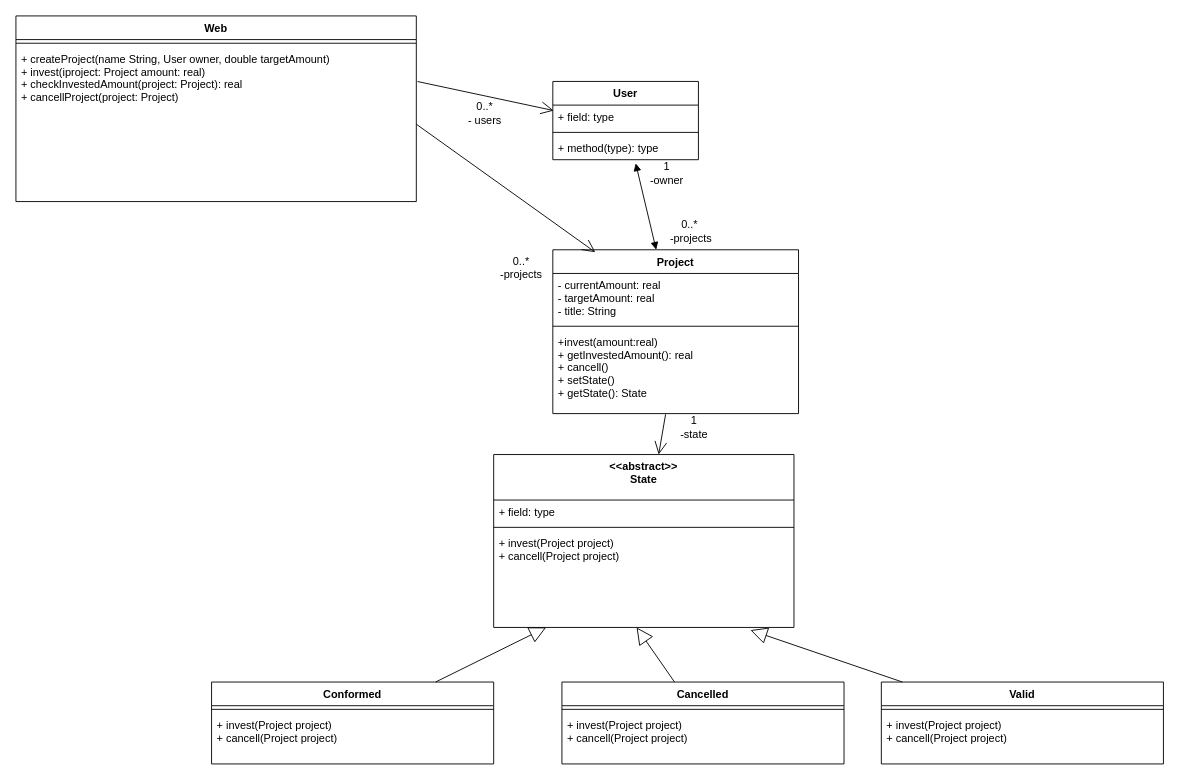
This is Prácticas/UML's/practica7_3.drawio from ssofiaavila/OO2--Informatica-UNLP, a draw.io file, before an edit. Source tidied: cells renumbered, new cells numbered last; positions are measured from the earlier drawing's top-left corner, leaving out a move shared by most shapes. Both pictures are drawn from the tidied source at 91%, with x=0, y=0 at pixel (15, 15).
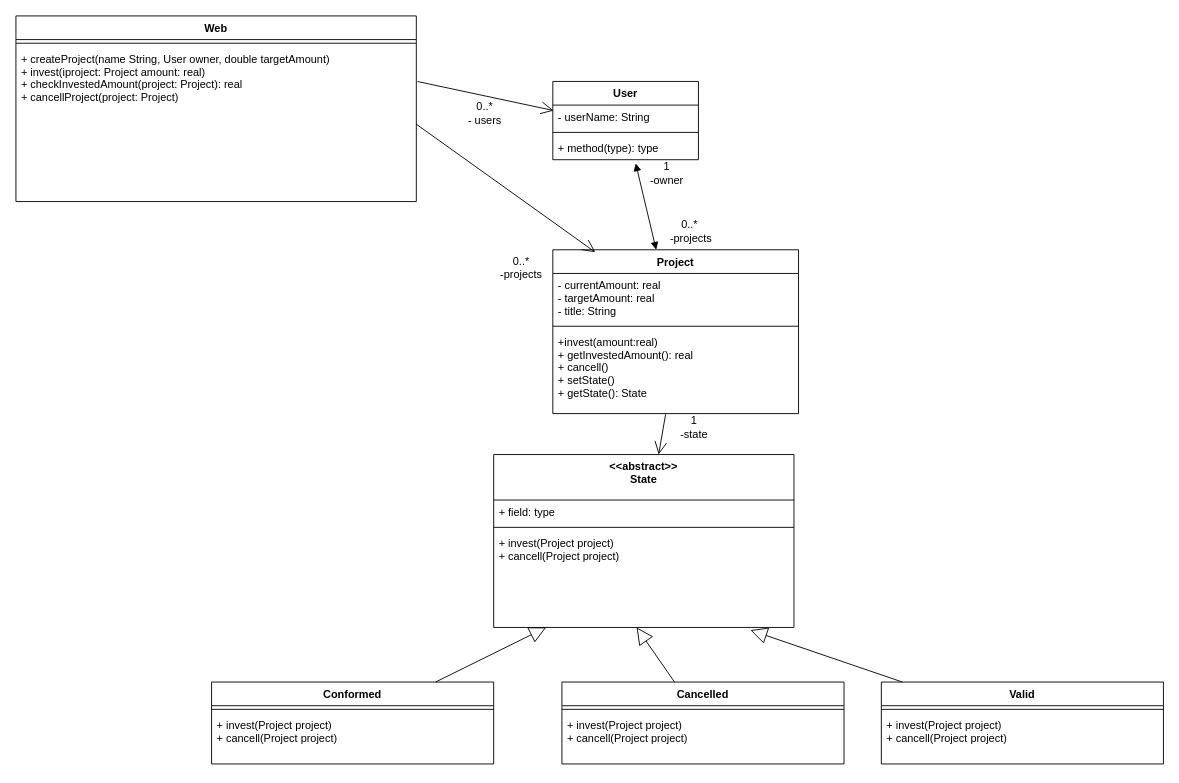
The same page after the edit.

The change refers to these unchanged cells:
```xml
<mxCell id="5" value="User" style="swimlane;fontStyle=1;align=center;verticalAlign=top;horizontal=1;startSize=26;" parent="1" vertex="1">
  <mxGeometry x="590" y="72" width="160" height="86" as="geometry" />
</mxCell>
```

What changed in the source:
```diff
@@
-    <mxCell id="6" value="+ field: type" style="text;strokeColor=none;fillColor=none;align=left;verticalAlign=top;spacingLeft=4;spacingRight=4;overflow=hidden;points=[[0,0.5],[1,0.5]];portConstraint=eastwest;" parent="5" vertex="1">
+    <mxCell id="6" value="- userName: String" style="text;strokeColor=none;fillColor=none;align=left;verticalAlign=top;spacingLeft=4;spacingRight=4;overflow=hidden;points=[[0,0.5],[1,0.5]];portConstraint=eastwest;" parent="5" vertex="1">
       <mxGeometry y="26" width="160" height="26" as="geometry" />
     </mxCell>
```
